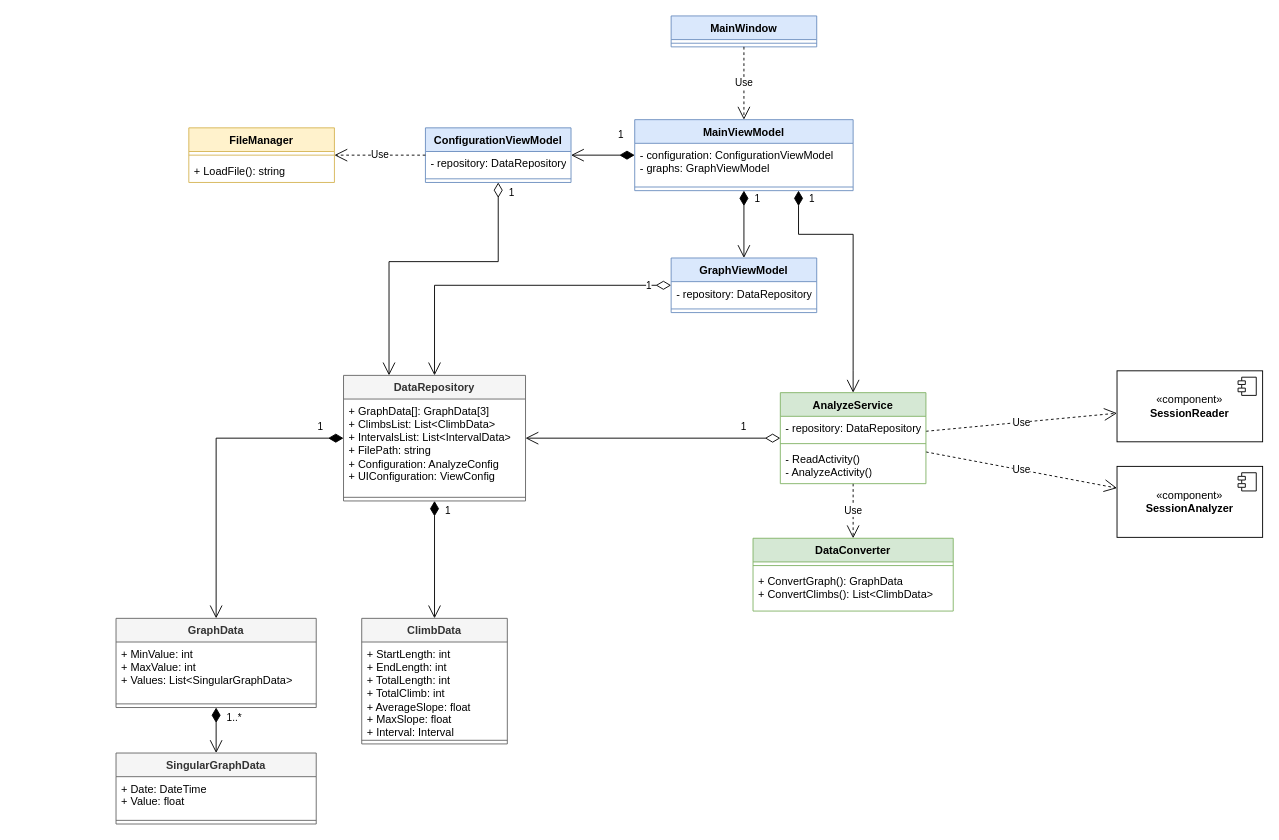
julenmc/CyclingIntervals keeps this draw.io diagram as page "Class" (2 of 3) of docs/diagrams/CyclingIntervalsUML.drawio. Above is the earlier version. Source tidied: cells renumbered, new cells numbered last; positions are measured from the earlier drawing's top-left corner, leaving out a move shared by most shapes. Both pictures are drawn from the tidied source at 91%, with x=0, y=0 at pixel (116, 15).
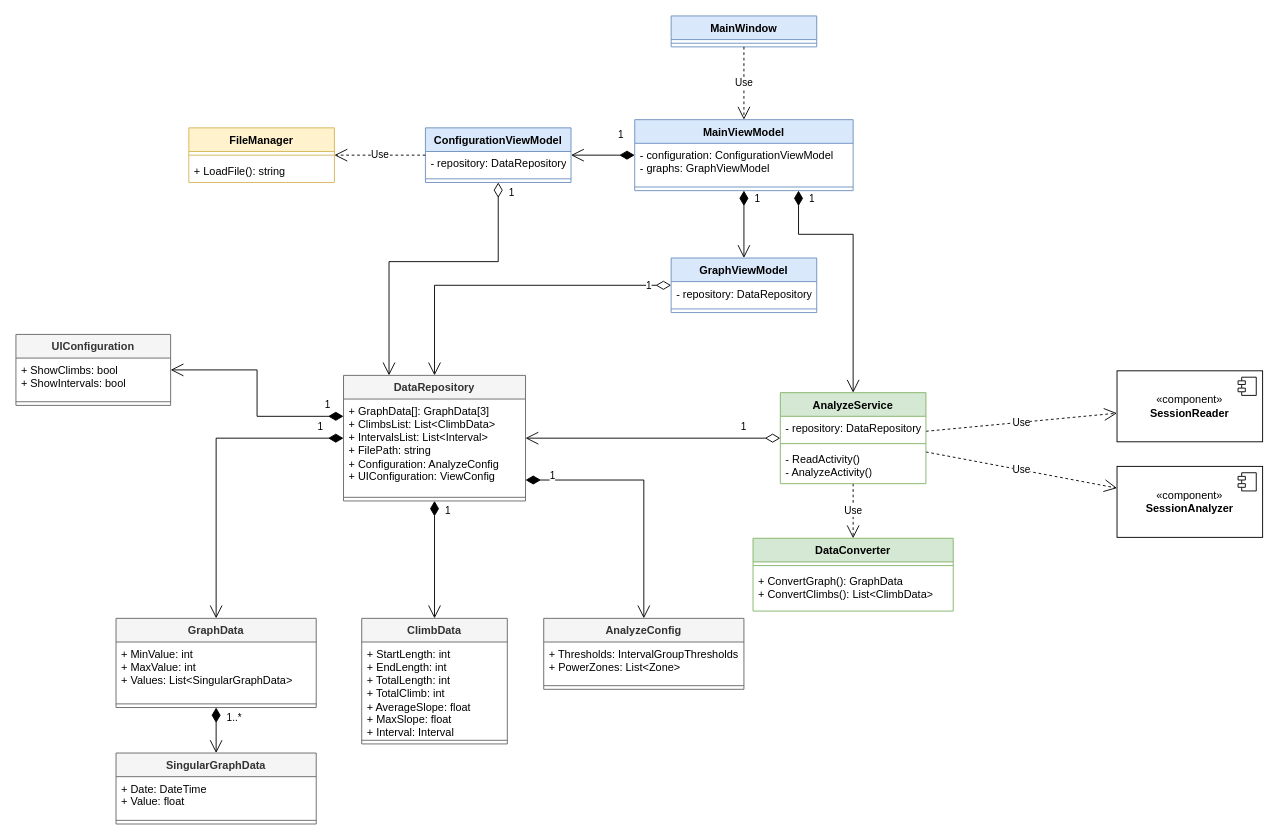
Above is the later version.

The change refers to these unchanged cells:
```xml
<mxCell id="30" value="DataRepository" style="swimlane;fontStyle=1;align=center;verticalAlign=top;horizontal=1;startSize=26;whiteSpace=wrap;html=1;fillColor=#f5f5f5;strokeColor=#666666;fontColor=#333333;" parent="1" vertex="1">
  <mxGeometry x="250" y="395" width="200" height="138" as="geometry" />
</mxCell>
```

Diff of the diagram source:
```diff
@@
-    <mxCell id="31" value="+ GraphData[]: GraphData[3]&lt;div&gt;+ ClimbsList: List&amp;lt;ClimbData&amp;gt;&lt;/div&gt;&lt;div&gt;+ IntervalsList: List&amp;lt;IntervalData&amp;gt;&lt;/div&gt;&lt;div&gt;+ FilePath: string&lt;/div&gt;&lt;div&gt;+ Configuration: AnalyzeConfig&lt;/div&gt;&lt;div&gt;+ UIConfiguration: ViewConfig&lt;/div&gt;" style="text;strokeColor=none;fillColor=none;align=left;verticalAlign=top;spacingLeft=4;spacingRight=4;overflow=hidden;whiteSpace=wrap;html=1;" parent="30" vertex="1">
+    <mxCell id="31" value="+ GraphData[]: GraphData[3]&lt;div&gt;+ ClimbsList: List&amp;lt;ClimbData&amp;gt;&lt;/div&gt;&lt;div&gt;+ IntervalsList: List&amp;lt;Interval&amp;gt;&lt;/div&gt;&lt;div&gt;+ FilePath: string&lt;/div&gt;&lt;div&gt;+ Configuration: AnalyzeConfig&lt;/div&gt;&lt;div&gt;+ UIConfiguration: ViewConfig&lt;/div&gt;" style="text;strokeColor=none;fillColor=none;align=left;verticalAlign=top;spacingLeft=4;spacingRight=4;overflow=hidden;whiteSpace=wrap;html=1;" parent="30" vertex="1">
       <mxGeometry y="26" width="200" height="104" as="geometry" />
     </mxCell>
@@
+    <mxCell id="53" value="&lt;div&gt;&lt;span&gt;AnalyzeConfig&lt;/span&gt;&lt;/div&gt;" style="swimlane;fontStyle=1;align=center;verticalAlign=top;horizontal=1;startSize=26;whiteSpace=wrap;html=1;fillColor=#f5f5f5;strokeColor=#666666;fontColor=#333333;" parent="1" vertex="1">
+      <mxGeometry x="470" y="662" width="220" height="78" as="geometry" />
+    </mxCell>
+    <mxCell id="54" value="+ Thresholds: IntervalGroupThresholds&lt;div&gt;+ PowerZones: List&amp;lt;Zone&amp;gt;&lt;/div&gt;" style="text;strokeColor=none;fillColor=none;align=left;verticalAlign=top;spacingLeft=4;spacingRight=4;overflow=hidden;whiteSpace=wrap;html=1;" parent="53" vertex="1">
+      <mxGeometry y="26" width="220" height="44" as="geometry" />
+    </mxCell>
+    <mxCell id="55" style="line;strokeWidth=1;fillColor=none;align=left;verticalAlign=middle;spacingTop=-1;spacingLeft=3;spacingRight=3;labelPosition=right;strokeColor=inherit;" parent="53" vertex="1">
+      <mxGeometry y="70" width="220" height="8" as="geometry" />
+    </mxCell>
+    <mxCell id="56" value="&lt;div&gt;&lt;span&gt;UIConfiguration&lt;/span&gt;&lt;/div&gt;" style="swimlane;fontStyle=1;align=center;verticalAlign=top;horizontal=1;startSize=26;whiteSpace=wrap;html=1;fillColor=#f5f5f5;strokeColor=#666666;fontColor=#333333;" parent="1" vertex="1">
+      <mxGeometry x="-110" y="350" width="170" height="78" as="geometry" />
+    </mxCell>
+    <mxCell id="57" value="+ ShowClimbs: bool&lt;div&gt;+ ShowIntervals: bool&lt;/div&gt;" style="text;strokeColor=none;fillColor=none;align=left;verticalAlign=top;spacingLeft=4;spacingRight=4;overflow=hidden;whiteSpace=wrap;html=1;" parent="56" vertex="1">
+      <mxGeometry y="26" width="170" height="44" as="geometry" />
+    </mxCell>
+    <mxCell id="58" style="line;strokeWidth=1;fillColor=none;align=left;verticalAlign=middle;spacingTop=-1;spacingLeft=3;spacingRight=3;labelPosition=right;strokeColor=inherit;" parent="56" vertex="1">
+      <mxGeometry y="70" width="170" height="8" as="geometry" />
+    </mxCell>
+    <mxCell id="59" value="1" style="endArrow=open;html=1;endSize=12;startArrow=diamondThin;startSize=14;startFill=1;edgeStyle=orthogonalEdgeStyle;align=left;verticalAlign=bottom;rounded=0;" parent="1" edge="1" source="30" target="56">
+      <mxGeometry x="-0.82" y="-4" relative="1" as="geometry">
+        <Array as="points">
+          <mxPoint x="155" y="440" />
+          <mxPoint x="155" y="389" />
+        </Array>
+      </mxGeometry>
+    </mxCell>
+    <mxCell id="60" value="1" style="endArrow=open;html=1;endSize=12;startArrow=diamondThin;startSize=14;startFill=1;edgeStyle=orthogonalEdgeStyle;align=left;verticalAlign=bottom;rounded=0;" parent="1" edge="1" source="30" target="53">
+      <mxGeometry x="-0.82" y="-4" relative="1" as="geometry">
+        <Array as="points">
+          <mxPoint x="580" y="510" />
+        </Array>
+      </mxGeometry>
+    </mxCell>
```
